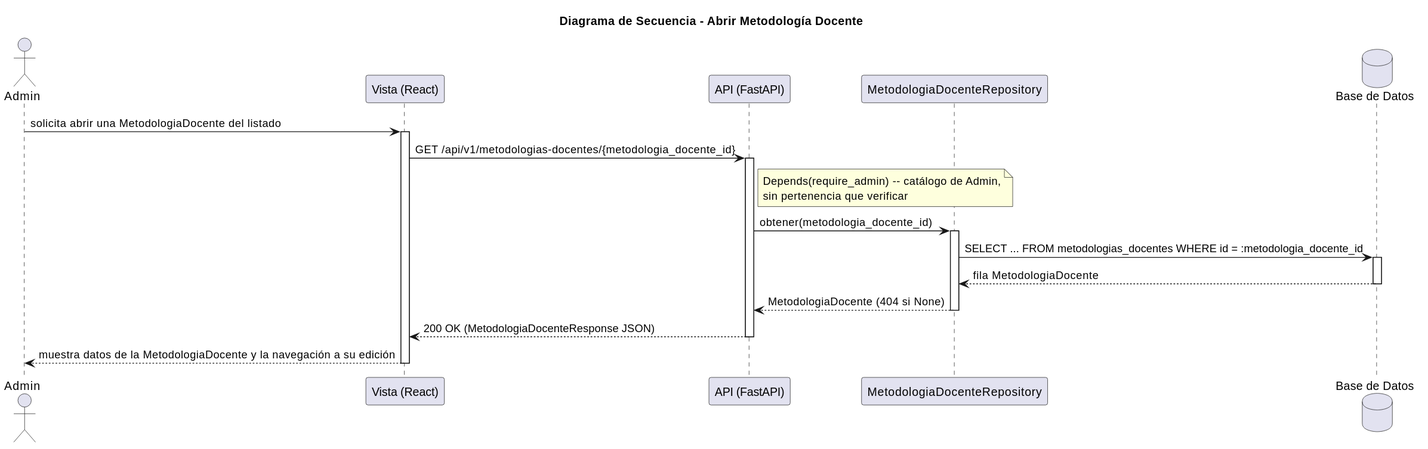
Above: images/RUP/03-diseño/casos-uso/abrirMetodologiaDocente/secuencia.svg in mmasias/pyCeldaPublico (PlantUML), before the change. Source of this version:
```plantuml
@startuml
title Diagrama de Secuencia - Abrir Metodología Docente

actor "Admin" as Admin
participant "Vista (React)" as Vista
participant "API (FastAPI)" as API
participant "MetodologiaDocenteRepository" as MetodologiaRepo
database "Base de Datos" as DB

Admin -> Vista: solicita abrir una MetodologiaDocente del listado
activate Vista
Vista -> API: GET /api/v1/metodologias-docentes/{metodologia_docente_id}
activate API
note right of API: Depends(require_admin) -- catálogo de Admin,\nsin pertenencia que verificar
API -> MetodologiaRepo: obtener(metodologia_docente_id)
activate MetodologiaRepo
MetodologiaRepo -> DB: SELECT ... FROM metodologias_docentes WHERE id = :metodologia_docente_id
activate DB
DB --> MetodologiaRepo: fila MetodologiaDocente
deactivate DB
MetodologiaRepo --> API: MetodologiaDocente (404 si None)
deactivate MetodologiaRepo
API --> Vista: 200 OK (MetodologiaDocenteResponse JSON)
deactivate API
Vista --> Admin: muestra datos de la MetodologiaDocente y la navegación a su edición
deactivate Vista
@enduml
```
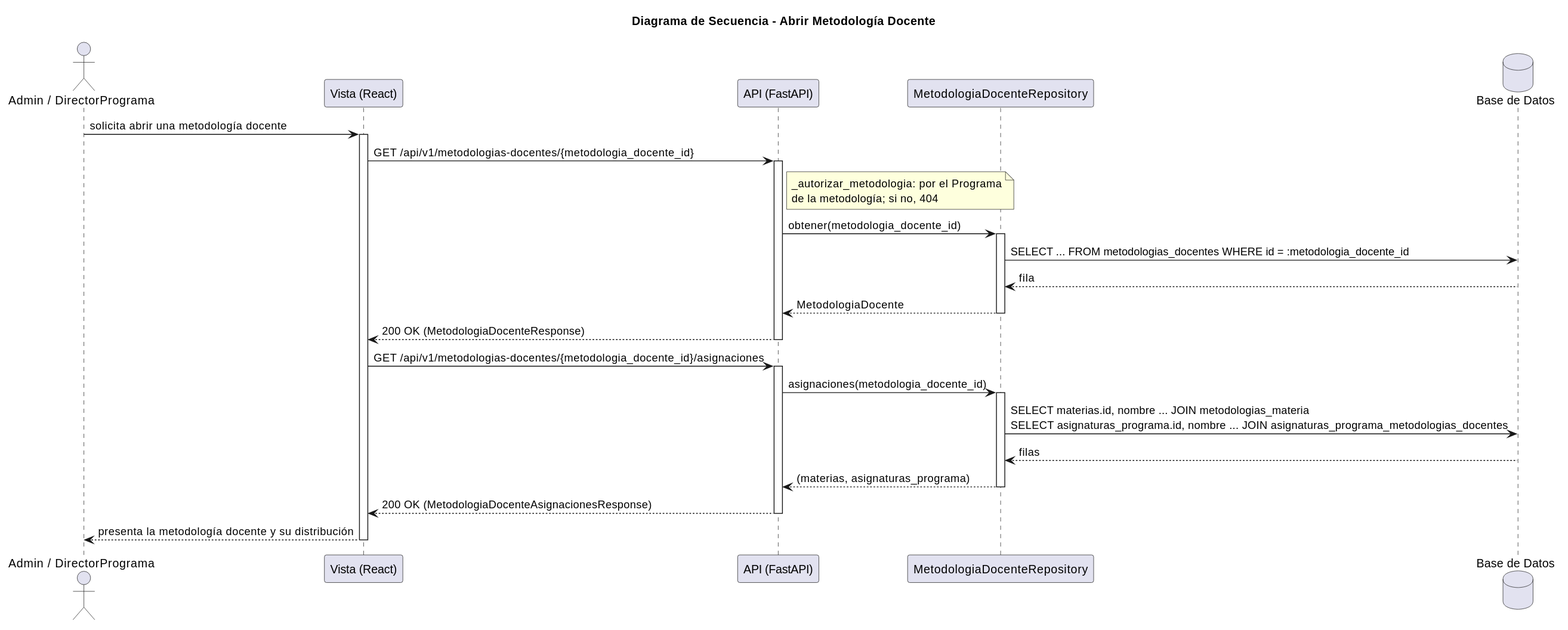
The same diagram one commit later.

What changed in the source:
```diff
@@ -1,27 +1,35 @@
 @startuml
 title Diagrama de Secuencia - Abrir Metodología Docente
 
-actor "Admin" as Admin
+actor "Admin / DirectorPrograma" as Actor
 participant "Vista (React)" as Vista
 participant "API (FastAPI)" as API
-participant "MetodologiaDocenteRepository" as MetodologiaRepo
+participant "MetodologiaDocenteRepository" as Repo
 database "Base de Datos" as DB
 
-Admin -> Vista: solicita abrir una MetodologiaDocente del listado
+Actor -> Vista: solicita abrir una metodología docente
 activate Vista
 Vista -> API: GET /api/v1/metodologias-docentes/{metodologia_docente_id}
 activate API
-note right of API: Depends(require_admin) -- catálogo de Admin,\nsin pertenencia que verificar
-API -> MetodologiaRepo: obtener(metodologia_docente_id)
-activate MetodologiaRepo
-MetodologiaRepo -> DB: SELECT ... FROM metodologias_docentes WHERE id = :metodologia_docente_id
-activate DB
-DB --> MetodologiaRepo: fila MetodologiaDocente
-deactivate DB
-MetodologiaRepo --> API: MetodologiaDocente (404 si None)
-deactivate MetodologiaRepo
-API --> Vista: 200 OK (MetodologiaDocenteResponse JSON)
+note right of API: _autorizar_metodologia: por el Programa\nde la metodología; si no, 404
+API -> Repo: obtener(metodologia_docente_id)
+activate Repo
+Repo -> DB: SELECT ... FROM metodologias_docentes WHERE id = :metodologia_docente_id
+DB --> Repo: fila
+Repo --> API: MetodologiaDocente
+deactivate Repo
+API --> Vista: 200 OK (MetodologiaDocenteResponse)
 deactivate API
-Vista --> Admin: muestra datos de la MetodologiaDocente y la navegación a su edición
+Vista -> API: GET /api/v1/metodologias-docentes/{metodologia_docente_id}/asignaciones
+activate API
+API -> Repo: asignaciones(metodologia_docente_id)
+activate Repo
+Repo -> DB: SELECT materias.id, nombre ... JOIN metodologias_materia\nSELECT asignaturas_programa.id, nombre ... JOIN asignaturas_programa_metodologias_docentes
+DB --> Repo: filas
+Repo --> API: (materias, asignaturas_programa)
+deactivate Repo
+API --> Vista: 200 OK (MetodologiaDocenteAsignacionesResponse)
+deactivate API
+Vista --> Actor: presenta la metodología docente y su distribución
 deactivate Vista
 @enduml
```
